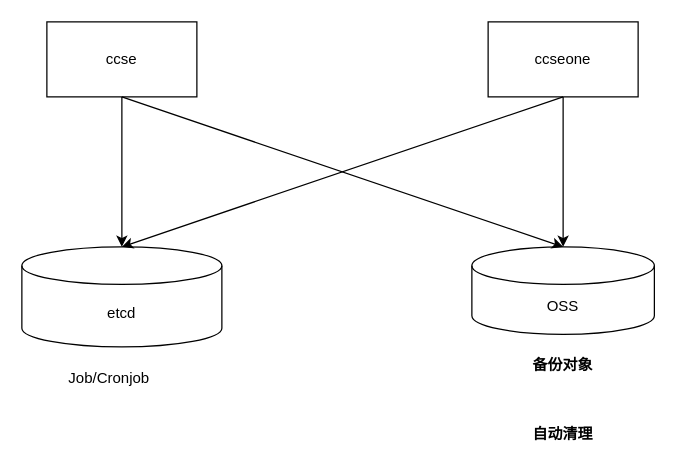
The draw.io diagram page "第 9 页" (9 of 9) of drawio/ccseone迭代4.drawio in Tiny-VS-Lina/ccse, before the edit. Source tidied: cells renumbered, new cells numbered last; positions are measured from the earlier drawing's top-left corner, leaving out a move shared by most shapes. Both pictures are drawn from the tidied source at 125%, with x=0, y=0 at pixel (21, 21).
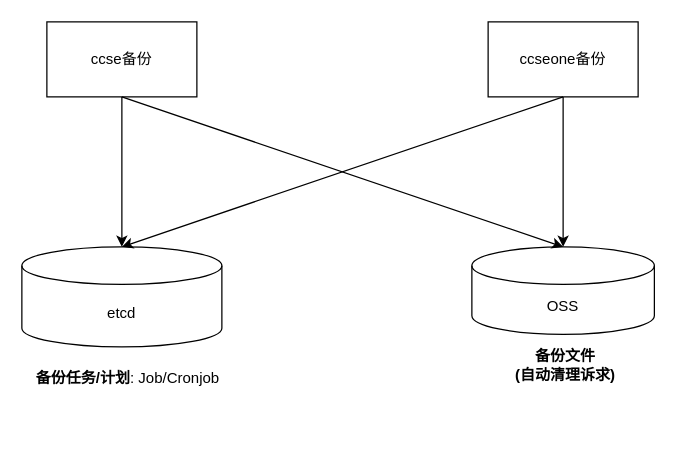
The same page after the edit.

Diff of the diagram source:
```diff
@@
 <mxGraphModel>
   <root>
     <mxCell id="0" />
     <mxCell id="1" parent="0" />
-    <mxCell id="2" value="ccseone" style="rounded=0;whiteSpace=wrap;html=1;" parent="1" vertex="1">
+    <mxCell id="2" value="ccseone备份" style="rounded=0;whiteSpace=wrap;html=1;" parent="1" vertex="1">
       <mxGeometry x="373" width="120" height="60" as="geometry" />
     </mxCell>
-    <mxCell id="3" value="ccse" style="rounded=0;whiteSpace=wrap;html=1;" parent="1" vertex="1">
+    <mxCell id="3" value="ccse备份" style="rounded=0;whiteSpace=wrap;html=1;" parent="1" vertex="1">
       <mxGeometry x="20" width="120" height="60" as="geometry" />
     </mxCell>
     <mxCell id="4" value="OSS" style="shape=cylinder3;whiteSpace=wrap;html=1;boundedLbl=1;backgroundOutline=1;size=15;" parent="1" vertex="1">
       <mxGeometry x="360" y="180" width="146" height="70" as="geometry" />
     </mxCell>
     <mxCell id="5" style="endArrow=classic;html=1;rounded=0;exitX=0.5;exitY=1;exitDx=0;exitDy=0;entryX=0.5;entryY=0;entryDx=0;entryDy=0;entryPerimeter=0;" parent="1" edge="1" source="3" target="4">
       <mxGeometry relative="1" as="geometry" />
     </mxCell>
     <mxCell id="6" style="endArrow=classic;html=1;rounded=0;entryX=0.5;entryY=0;entryDx=0;entryDy=0;entryPerimeter=0;" parent="1" edge="1" source="2" target="4">
       <mxGeometry relative="1" as="geometry" />
     </mxCell>
     <mxCell id="7" value="etcd" style="shape=cylinder3;whiteSpace=wrap;html=1;boundedLbl=1;backgroundOutline=1;size=15;" parent="1" vertex="1">
       <mxGeometry y="180" width="160" height="80" as="geometry" />
     </mxCell>
     <mxCell id="8" style="endArrow=classic;html=1;rounded=0;exitX=0.5;exitY=1;exitDx=0;exitDy=0;entryX=0.5;entryY=0;entryDx=0;entryDy=0;entryPerimeter=0;" parent="1" edge="1" source="3" target="7">
       <mxGeometry relative="1" as="geometry" />
     </mxCell>
     <mxCell id="9" style="endArrow=classic;html=1;rounded=0;exitX=0.5;exitY=1;exitDx=0;exitDy=0;entryX=0.5;entryY=0;entryDx=0;entryDy=0;entryPerimeter=0;" parent="1" edge="1" source="2" target="7">
       <mxGeometry relative="1" as="geometry" />
     </mxCell>
-    <mxCell id="10" value="Job/Cronjob" style="text;html=1;strokeColor=none;fillColor=none;align=center;verticalAlign=middle;whiteSpace=wrap;rounded=0;" parent="1" vertex="1">
-      <mxGeometry x="30" y="270" width="80" height="30" as="geometry" />
-    </mxCell>
-    <mxCell id="11" value="&lt;b&gt;备份对象&lt;/b&gt;" style="text;html=1;strokeColor=none;fillColor=none;align=center;verticalAlign=middle;whiteSpace=wrap;rounded=0;" parent="1" vertex="1">
-      <mxGeometry x="393" y="260" width="80" height="30" as="geometry" />
+    <mxCell id="11" value="&lt;b&gt;备份文件&lt;br&gt;(&lt;/b&gt;&lt;b style=&quot;border-color: var(--border-color);&quot;&gt;自动清理诉求&lt;/b&gt;&lt;b&gt;)&lt;br&gt;&lt;/b&gt;" style="text;html=1;strokeColor=none;fillColor=none;align=center;verticalAlign=middle;whiteSpace=wrap;rounded=0;" parent="1" vertex="1">
+      <mxGeometry x="380" y="260" width="110" height="30" as="geometry" />
     </mxCell>
-    <mxCell id="12" value="&lt;b&gt;自动清理&lt;/b&gt;" style="text;html=1;strokeColor=none;fillColor=none;align=center;verticalAlign=middle;whiteSpace=wrap;rounded=0;" parent="1" vertex="1">
-      <mxGeometry x="393" y="315" width="80" height="30" as="geometry" />
-    </mxCell>
+    <mxCell id="13" value="&lt;b&gt;备份任务/计划&lt;/b&gt;: Job/Cronjob" style="text;html=1;strokeColor=none;fillColor=none;align=center;verticalAlign=middle;whiteSpace=wrap;rounded=0;" parent="1" vertex="1">
+      <mxGeometry x="10" y="270" width="150" height="30" as="geometry" />
+    </mxCell>
   </root>
 </mxGraphModel>
```
